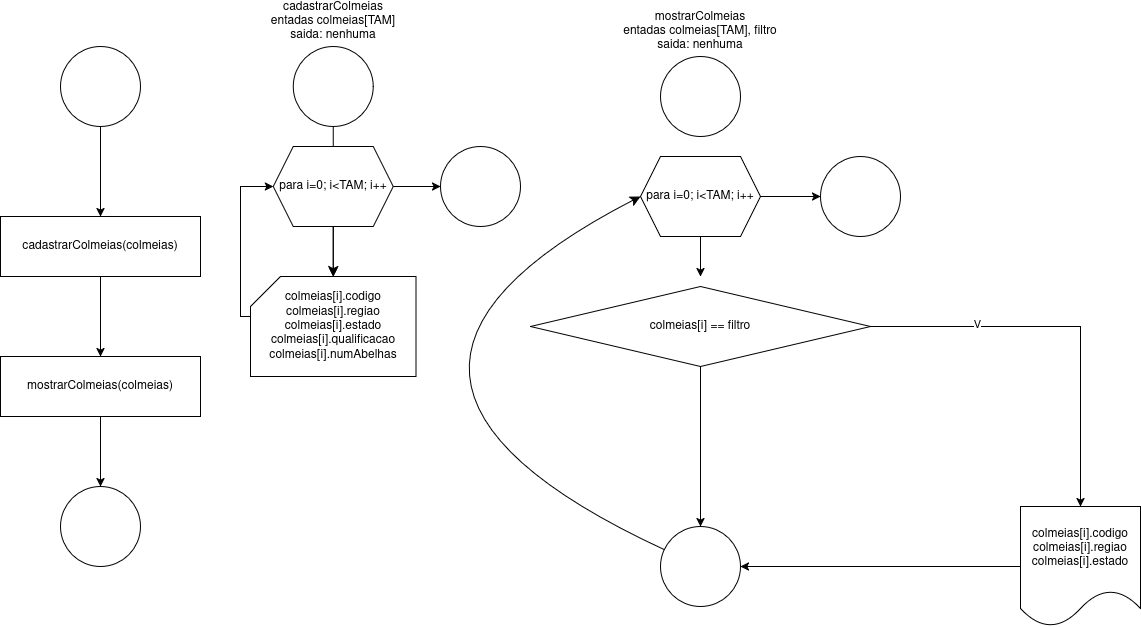
Before: 2/structs2.png, a diagram exported from draw.io (Csrand/strcuts). Source tidied: cells renumbered, new cells last; positions are measured from the earlier drawing's top-left corner, leaving out a move shared by most shapes.
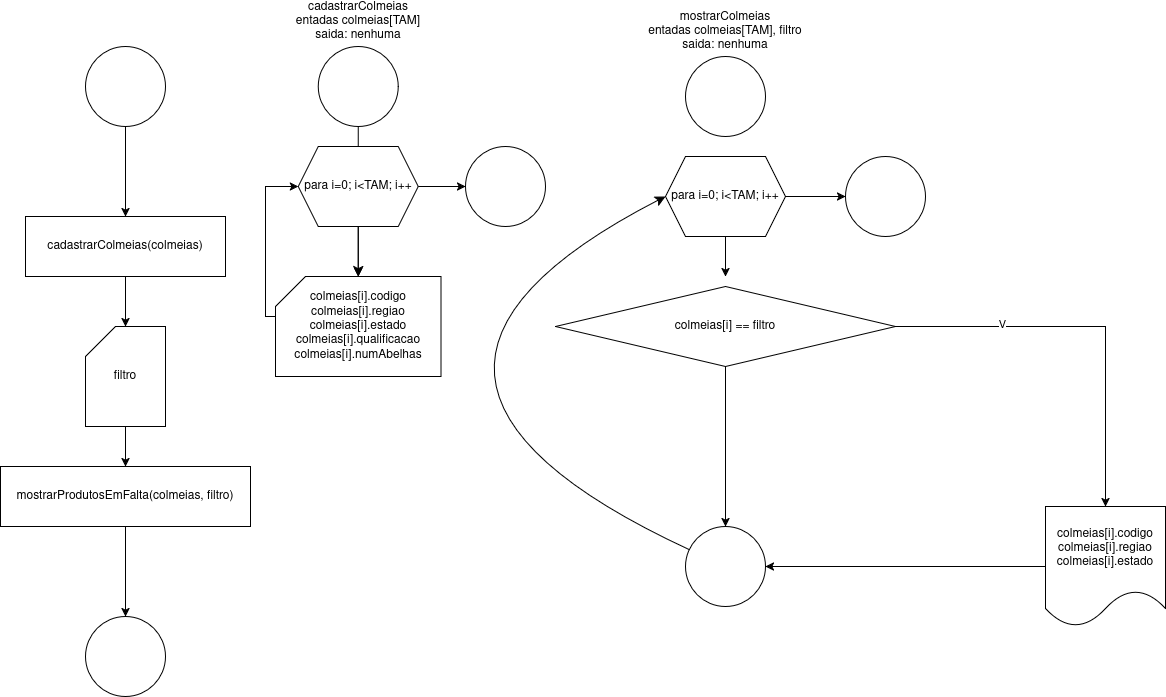
Above is the later version.

Diff of the diagram source:
```diff
@@ -8,20 +8,20 @@
     <mxCell id="3" style="ellipse;whiteSpace=wrap;html=1;" parent="1" vertex="1">
       <mxGeometry x="60" y="40" width="80" height="80" as="geometry" />
     </mxCell>
-    <mxCell id="4" style="edgeStyle=orthogonalEdgeStyle;rounded=0;jettySize=auto;html=1;" parent="1" edge="1" source="5" target="7">
-      <mxGeometry relative="1" as="geometry" />
-    </mxCell>
+    <mxCell id="32" style="edgeStyle=orthogonalEdgeStyle;rounded=0;jettySize=auto;html=1;" parent="1" edge="1" source="5" target="34">
+      <mxGeometry relative="1" as="geometry" />
+    </mxCell>
     <mxCell id="5" value="cadastrarColmeias(colmeias)" style="rounded=0;whiteSpace=wrap;html=1;" parent="1" vertex="1">
       <mxGeometry y="210" width="200" height="60" as="geometry" />
     </mxCell>
     <mxCell id="6" style="edgeStyle=orthogonalEdgeStyle;rounded=0;jettySize=auto;html=1;" parent="1" edge="1" source="7" target="8">
       <mxGeometry relative="1" as="geometry" />
     </mxCell>
-    <mxCell id="7" value="mostrarColmeias(colmeias)" style="rounded=0;whiteSpace=wrap;html=1;" parent="1" vertex="1">
-      <mxGeometry y="350" width="200" height="60" as="geometry" />
+    <mxCell id="7" value="mostrarProdutosEmFalta(colmeias, filtro)" style="rounded=0;whiteSpace=wrap;html=1;" parent="1" vertex="1">
+      <mxGeometry x="-25" y="460" width="250" height="60" as="geometry" />
     </mxCell>
     <mxCell id="8" style="ellipse;whiteSpace=wrap;html=1;rounded=0;" parent="1" vertex="1">
-      <mxGeometry x="60" y="480" width="80" height="80" as="geometry" />
+      <mxGeometry x="60" y="610" width="80" height="80" as="geometry" />
     </mxCell>
     <mxCell id="9" style="edgeStyle=none;curved=1;rounded=0;jettySize=auto;html=1;fontSize=12;startSize=8;endSize=8;" parent="1" edge="1" source="10" target="16">
       <mxGeometry relative="1" as="geometry" />
@@ -103,5 +103,11 @@
     <mxCell id="31" style="ellipse;whiteSpace=wrap;html=1;" parent="1" vertex="1">
       <mxGeometry x="660" y="520" width="80" height="80" as="geometry" />
     </mxCell>
+    <mxCell id="33" style="edgeStyle=orthogonalEdgeStyle;rounded=0;jettySize=auto;html=1;" parent="1" edge="1" source="34" target="7">
+      <mxGeometry relative="1" as="geometry" />
+    </mxCell>
+    <mxCell id="34" value="filtro" style="shape=card;whiteSpace=wrap;html=1;" parent="1" vertex="1">
+      <mxGeometry x="60" y="320" width="80" height="100" as="geometry" />
+    </mxCell>
   </root>
 </mxGraphModel>
```
